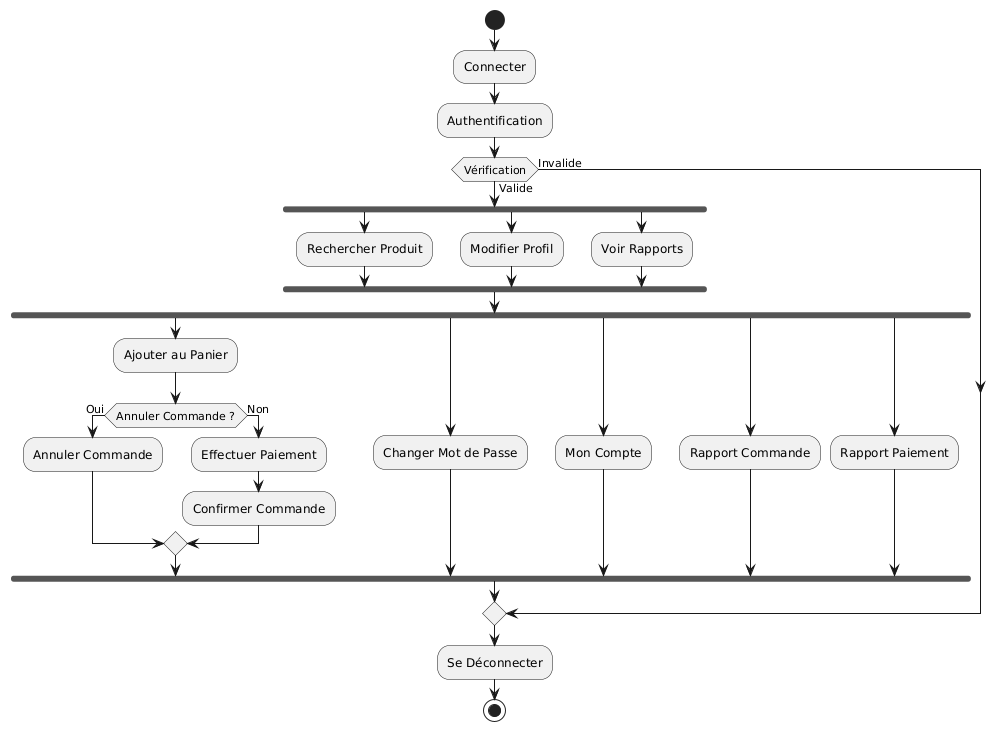
The PlantUML diagram diagramme-d'activite.png in fahdmoussaif/shopping_website, before a commit. Source of this version:
```plantuml
@startuml
start

:Connecter;
:Authentification;

if (Vérification) then (Valide)
    fork
        :Rechercher Produit;
    fork again
        :Modifier Profil;
    fork again
        :Voir Rapports;
    end fork

    fork
        :Ajouter au Panier;
        if (Annuler Commande ?) then (Oui)
            :Annuler Commande;
        else (Non)
            :Effectuer Paiement;
            :Confirmer Commande;
        endif
    fork again
        :Changer Mot de Passe;
    fork again
        :Mon Compte;
    fork again
        :Rapport Commande;
    fork again
        :Rapport Paiement;
    end fork
else (Invalide)

endif

:Se Déconnecter;
stop
@enduml
```
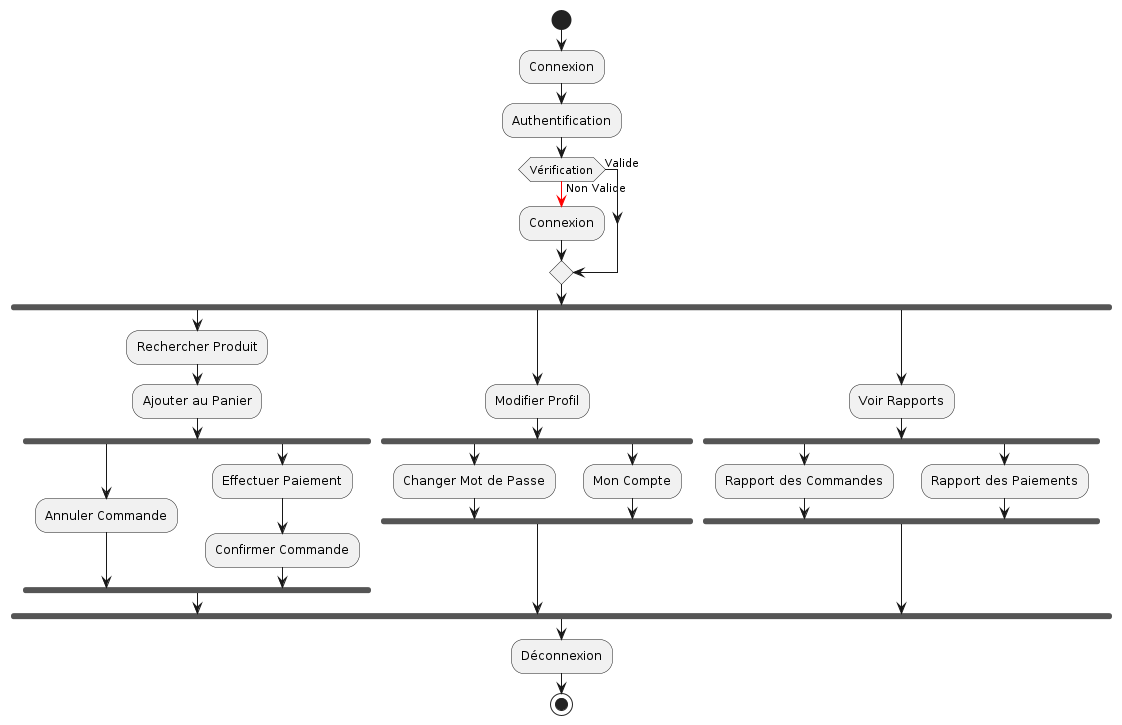
Later version of the same file.

What changed in the source:
```diff
@@ -1,39 +1,41 @@
 @startuml
 start
 
-:Connecter;
+:Connexion;
 :Authentification;
 
-if (Vérification) then (Valide)
-    fork
-        :Rechercher Produit;
-    fork again
-        :Modifier Profil;
-    fork again
-        :Voir Rapports;
-    end fork
-
-    fork
-        :Ajouter au Panier;
-        if (Annuler Commande ?) then (Oui)
-            :Annuler Commande;
-        else (Non)
-            :Effectuer Paiement;
-            :Confirmer Commande;
-        endif
-    fork again
-        :Changer Mot de Passe;
-    fork again
-        :Mon Compte;
-    fork again
-        :Rapport Commande;
-    fork again
-        :Rapport Paiement;
-    end fork
-else (Invalide)
-
+if (Vérification) then (Non Valide)
+  -[#red]->
+  :Connexion;
+else (Valide)
 endif
 
-:Se Déconnecter;
+fork
+  :Rechercher Produit;
+  :Ajouter au Panier;
+  fork
+    :Annuler Commande;
+  fork again
+    :Effectuer Paiement;
+    :Confirmer Commande;
+  endfork
+fork again
+  :Modifier Profil;
+  fork
+    :Changer Mot de Passe;
+  fork again
+    :Mon Compte;
+  endfork
+fork again
+  :Voir Rapports;
+  fork
+    :Rapport des Commandes;
+  fork again
+    :Rapport des Paiements;
+  endfork
+endfork
+
+:Déconnexion;
+
 stop
 @enduml
```
